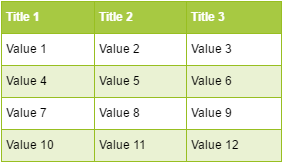
Before: Untitled Diagram.png, a diagram exported from draw.io (filezingme/draw.io). Source tidied: cells renumbered, new cells last; positions are measured from the earlier drawing's top-left corner, leaving out a move shared by most shapes. Its diagram source:
```xml
<mxGraphModel background="#ffffff">
  <root>
    <mxCell id="0" />
    <mxCell id="1" parent="0" />
    <mxCell id="2" value="&lt;table border=&quot;1&quot; width=&quot;100%&quot; height=&quot;100%&quot; cellpadding=&quot;4&quot; style=&quot;width:100%;height:100%;border-collapse:collapse;&quot;&gt;&lt;tr style=&quot;background-color:#A7C942;color:#ffffff;border:1px solid #98bf21;&quot;&gt;&lt;th align=&quot;left&quot;&gt;Title 1&lt;/th&gt;&lt;th align=&quot;left&quot;&gt;Title 2&lt;/th&gt;&lt;th align=&quot;left&quot;&gt;Title 3&lt;/th&gt;&lt;/tr&gt;&lt;tr style=&quot;border:1px solid #98bf21;&quot;&gt;&lt;td&gt;Value 1&lt;/td&gt;&lt;td&gt;Value 2&lt;/td&gt;&lt;td&gt;Value 3&lt;/td&gt;&lt;/tr&gt;&lt;tr style=&quot;background-color:#EAF2D3;border:1px solid #98bf21;&quot;&gt;&lt;td&gt;Value 4&lt;/td&gt;&lt;td&gt;Value 5&lt;/td&gt;&lt;td&gt;Value 6&lt;/td&gt;&lt;/tr&gt;&lt;tr style=&quot;border:1px solid #98bf21;&quot;&gt;&lt;td&gt;Value 7&lt;/td&gt;&lt;td&gt;Value 8&lt;/td&gt;&lt;td&gt;Value 9&lt;/td&gt;&lt;/tr&gt;&lt;tr style=&quot;background-color:#EAF2D3;border:1px solid #98bf21;&quot;&gt;&lt;td&gt;Value 10&lt;/td&gt;&lt;td&gt;Value 11&lt;/td&gt;&lt;td&gt;Value 12&lt;/td&gt;&lt;/tr&gt;&lt;/table&gt;" style="text;html=1;fillColor=#ffffff;overflow=fill;rounded=0;" parent="1" vertex="1">
      <mxGeometry width="280" height="160" as="geometry" />
    </mxCell>
  </root>
</mxGraphModel>
```
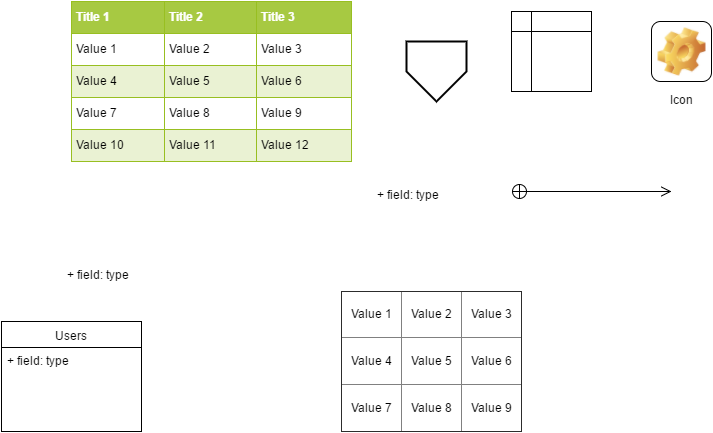
Later version of the same file.

What changed in the source:
```diff
@@ -2,8 +2,38 @@
   <root>
     <mxCell id="0" />
     <mxCell id="1" parent="0" />
+    <mxCell id="3" value="Users" style="swimlane;html=1;fontStyle=0;horizontal=1;startSize=26;fillColor=none;swimlaneFillColor=#ffffff;" parent="1" vertex="1">
+      <mxGeometry x="-70" y="320" width="140" height="110" as="geometry" />
+    </mxCell>
+    <mxCell id="4" value="+ field: type" style="text;html=1;strokeColor=none;fillColor=none;align=left;verticalAlign=top;spacingLeft=4;spacingRight=4;whiteSpace=wrap;overflow=hidden;" parent="3" vertex="1">
+      <mxGeometry y="26" width="140" height="26" as="geometry" />
+    </mxCell>
+    <mxCell id="5" style="shape=internalStorage;whiteSpace=wrap;html=1;" parent="1" vertex="1">
+      <mxGeometry x="440" y="10" width="80" height="80" as="geometry" />
+    </mxCell>
+    <mxCell id="6" style="endArrow=open;startArrow=circlePlus;endFill=0;startFill=0;endSize=8;html=1;" parent="1" edge="1">
+      <mxGeometry relative="1" as="geometry">
+        <mxPoint x="440" y="190" as="sourcePoint" />
+        <mxPoint x="600" y="190" as="targetPoint" />
+      </mxGeometry>
+    </mxCell>
+    <mxCell id="7" value="Icon" style="icon;html=1;image=img/clipart/Gear_128x128.png;" parent="1" vertex="1">
+      <mxGeometry x="580" y="20" width="60" height="60" as="geometry" />
+    </mxCell>
+    <mxCell id="8" style="verticalLabelPosition=bottom;verticalAlign=top;html=1;strokeWidth=2;shape=mxgraph.flowchart.off-page_reference;" parent="1" vertex="1">
+      <mxGeometry x="335" y="40" width="60" height="60" as="geometry" />
+    </mxCell>
+    <mxCell id="9" value="&lt;table border=&quot;1&quot; width=&quot;100%&quot; height=&quot;100%&quot; style=&quot;width:100%;height:100%;border-collapse:collapse;&quot;&gt;&lt;tr&gt;&lt;td align=&quot;center&quot;&gt;Value 1&lt;/td&gt;&lt;td align=&quot;center&quot;&gt;Value 2&lt;/td&gt;&lt;td align=&quot;center&quot;&gt;Value 3&lt;/td&gt;&lt;/tr&gt;&lt;tr&gt;&lt;td align=&quot;center&quot;&gt;Value 4&lt;/td&gt;&lt;td align=&quot;center&quot;&gt;Value 5&lt;/td&gt;&lt;td align=&quot;center&quot;&gt;Value 6&lt;/td&gt;&lt;/tr&gt;&lt;tr&gt;&lt;td align=&quot;center&quot;&gt;Value 7&lt;/td&gt;&lt;td align=&quot;center&quot;&gt;Value 8&lt;/td&gt;&lt;td align=&quot;center&quot;&gt;Value 9&lt;/td&gt;&lt;/tr&gt;&lt;/table&gt;" style="text;html=1;overflow=fill;" parent="1" vertex="1">
+      <mxGeometry x="270" y="290" width="180" height="140" as="geometry" />
+    </mxCell>
     <mxCell id="2" value="&lt;table border=&quot;1&quot; width=&quot;100%&quot; height=&quot;100%&quot; cellpadding=&quot;4&quot; style=&quot;width:100%;height:100%;border-collapse:collapse;&quot;&gt;&lt;tr style=&quot;background-color:#A7C942;color:#ffffff;border:1px solid #98bf21;&quot;&gt;&lt;th align=&quot;left&quot;&gt;Title 1&lt;/th&gt;&lt;th align=&quot;left&quot;&gt;Title 2&lt;/th&gt;&lt;th align=&quot;left&quot;&gt;Title 3&lt;/th&gt;&lt;/tr&gt;&lt;tr style=&quot;border:1px solid #98bf21;&quot;&gt;&lt;td&gt;Value 1&lt;/td&gt;&lt;td&gt;Value 2&lt;/td&gt;&lt;td&gt;Value 3&lt;/td&gt;&lt;/tr&gt;&lt;tr style=&quot;background-color:#EAF2D3;border:1px solid #98bf21;&quot;&gt;&lt;td&gt;Value 4&lt;/td&gt;&lt;td&gt;Value 5&lt;/td&gt;&lt;td&gt;Value 6&lt;/td&gt;&lt;/tr&gt;&lt;tr style=&quot;border:1px solid #98bf21;&quot;&gt;&lt;td&gt;Value 7&lt;/td&gt;&lt;td&gt;Value 8&lt;/td&gt;&lt;td&gt;Value 9&lt;/td&gt;&lt;/tr&gt;&lt;tr style=&quot;background-color:#EAF2D3;border:1px solid #98bf21;&quot;&gt;&lt;td&gt;Value 10&lt;/td&gt;&lt;td&gt;Value 11&lt;/td&gt;&lt;td&gt;Value 12&lt;/td&gt;&lt;/tr&gt;&lt;/table&gt;" style="text;html=1;fillColor=#ffffff;overflow=fill;rounded=0;" parent="1" vertex="1">
       <mxGeometry width="280" height="160" as="geometry" />
     </mxCell>
+    <mxCell id="10" value="+ field: type" style="text;html=1;strokeColor=none;fillColor=none;align=left;verticalAlign=top;spacingLeft=4;spacingRight=4;whiteSpace=wrap;overflow=hidden;" parent="1" vertex="1">
+      <mxGeometry x="300" y="180" width="140" height="26" as="geometry" />
+    </mxCell>
+    <mxCell id="11" value="+ field: type" style="text;html=1;strokeColor=none;fillColor=none;align=left;verticalAlign=top;spacingLeft=4;spacingRight=4;whiteSpace=wrap;overflow=hidden;" parent="1" vertex="1">
+      <mxGeometry x="-10" y="260" width="140" height="26" as="geometry" />
+    </mxCell>
   </root>
 </mxGraphModel>
```
